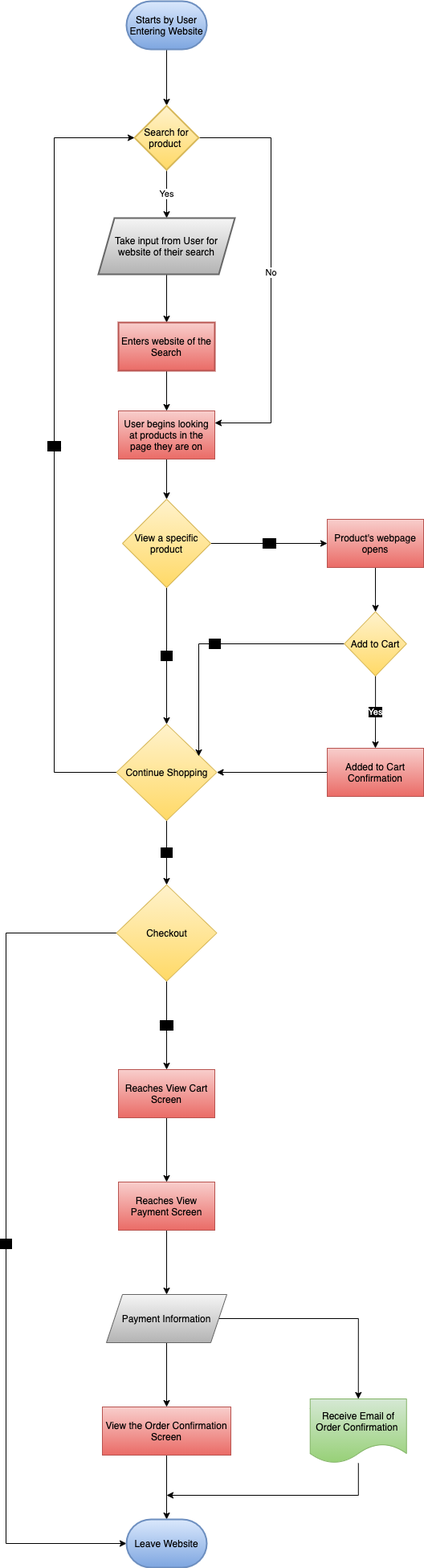
The draw.io diagram part2/part2.drawio.png in gaurav-dheeraj/sp21-cse110-lab4, before a commit. Source tidied: cells renumbered, new cells last; positions are measured from the earlier drawing's top-left corner, leaving out a move shared by most shapes.
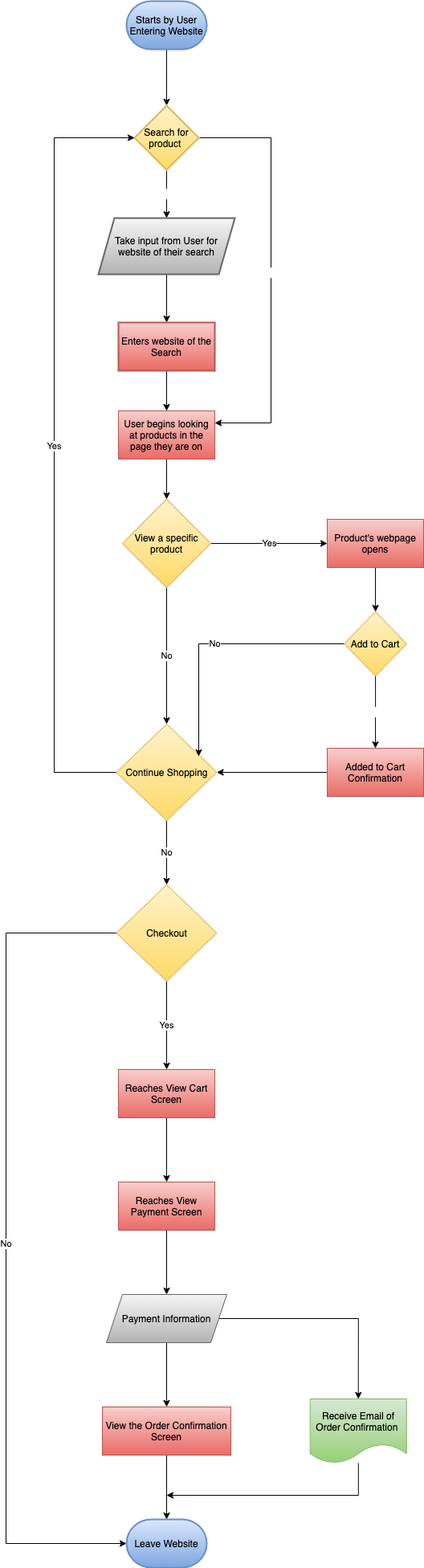
Above is the later version.

Diff of the diagram source:
```diff
@@ -8,7 +8,7 @@
     <mxCell id="3" value="&lt;font color=&quot;#000000&quot;&gt;Starts by User Entering Website&lt;/font&gt;" style="strokeWidth=2;html=1;shape=mxgraph.flowchart.terminator;whiteSpace=wrap;fillColor=#dae8fc;strokeColor=#6c8ebf;gradientColor=#7ea6e0;" parent="1" vertex="1">
       <mxGeometry x="150" width="100" height="60" as="geometry" />
     </mxCell>
-    <mxCell id="4" value="&lt;span style=&quot;background-color: rgb(255 , 255 , 255)&quot;&gt;&lt;font color=&quot;#000000&quot;&gt;No&lt;/font&gt;&lt;/span&gt;" style="edgeStyle=orthogonalEdgeStyle;rounded=0;jettySize=auto;html=1;entryX=1;entryY=0.25;entryDx=0;entryDy=0;" parent="1" edge="1" source="6" target="12">
+    <mxCell id="4" value="&lt;font color=&quot;#ffffff&quot;&gt;No&lt;/font&gt;" style="edgeStyle=orthogonalEdgeStyle;rounded=0;jettySize=auto;html=1;entryX=1;entryY=0.25;entryDx=0;entryDy=0;" parent="1" edge="1" source="6" target="12">
       <mxGeometry relative="1" as="geometry">
         <Array as="points">
           <mxPoint x="330" y="170" />
@@ -16,7 +16,7 @@
         </Array>
       </mxGeometry>
     </mxCell>
-    <mxCell id="5" value="&lt;font style=&quot;background-color: rgb(255 , 255 , 255)&quot; color=&quot;#000000&quot;&gt;Yes&lt;/font&gt;" style="edgeStyle=orthogonalEdgeStyle;rounded=0;jettySize=auto;html=1;" parent="1" edge="1" source="6" target="8">
+    <mxCell id="5" value="&lt;font color=&quot;#ffffff&quot;&gt;Yes&lt;/font&gt;" style="edgeStyle=orthogonalEdgeStyle;rounded=0;jettySize=auto;html=1;" parent="1" edge="1" source="6" target="8">
       <mxGeometry relative="1" as="geometry" />
     </mxCell>
     <mxCell id="6" value="&lt;font color=&quot;#000000&quot;&gt;Search for product&amp;nbsp;&lt;/font&gt;" style="rhombus;whiteSpace=wrap;html=1;strokeColor=#d6b656;strokeWidth=2;fillColor=#fff2cc;gradientColor=#ffd966;" parent="1" vertex="1">
@@ -42,10 +42,10 @@
     <mxCell id="12" value="&lt;font color=&quot;#000000&quot;&gt;User begins looking at products in the page they are on&lt;/font&gt;" style="rounded=0;whiteSpace=wrap;html=1;gradientColor=#ea6b66;fillColor=#f8cecc;strokeColor=#b85450;" parent="1" vertex="1">
       <mxGeometry x="140" y="510" width="120" height="60" as="geometry" />
     </mxCell>
-    <mxCell id="13" value="&lt;span style=&quot;background-color: rgb(0 , 0 , 0)&quot;&gt;No&lt;/span&gt;" style="edgeStyle=orthogonalEdgeStyle;rounded=0;jettySize=auto;html=1;" parent="1" edge="1" source="15" target="18">
+    <mxCell id="13" value="No" style="edgeStyle=orthogonalEdgeStyle;rounded=0;jettySize=auto;html=1;" parent="1" edge="1" source="15" target="18">
       <mxGeometry relative="1" as="geometry" />
     </mxCell>
-    <mxCell id="14" value="&lt;span style=&quot;background-color: rgb(0 , 0 , 0)&quot;&gt;Yes&lt;/span&gt;" style="edgeStyle=orthogonalEdgeStyle;rounded=0;jettySize=auto;html=1;" parent="1" edge="1" source="15">
+    <mxCell id="14" value="Yes" style="edgeStyle=orthogonalEdgeStyle;rounded=0;jettySize=auto;html=1;" parent="1" edge="1" source="15">
       <mxGeometry relative="1" as="geometry">
         <mxPoint x="400" y="675" as="targetPoint" />
         <Array as="points">
@@ -57,7 +57,7 @@
     <mxCell id="15" value="&lt;font color=&quot;#000000&quot;&gt;View a specific product&lt;/font&gt;" style="rhombus;whiteSpace=wrap;html=1;rounded=0;gradientColor=#ffd966;fillColor=#fff2cc;strokeColor=#d6b656;" parent="1" vertex="1">
       <mxGeometry x="145" y="620" width="110" height="110" as="geometry" />
     </mxCell>
-    <mxCell id="16" value="&lt;span style=&quot;background-color: rgb(0 , 0 , 0)&quot;&gt;Yes&lt;/span&gt;" style="edgeStyle=orthogonalEdgeStyle;rounded=0;jettySize=auto;html=1;entryX=0;entryY=0.5;entryDx=0;entryDy=0;" parent="1" edge="1" source="18" target="6">
+    <mxCell id="16" value="Yes" style="edgeStyle=orthogonalEdgeStyle;rounded=0;jettySize=auto;html=1;entryX=0;entryY=0.5;entryDx=0;entryDy=0;" parent="1" edge="1" source="18" target="6">
       <mxGeometry relative="1" as="geometry">
         <Array as="points">
           <mxPoint x="60" y="960" />
@@ -65,16 +65,16 @@
         </Array>
       </mxGeometry>
     </mxCell>
-    <mxCell id="17" value="&lt;span style=&quot;background-color: rgb(0 , 0 , 0)&quot;&gt;No&lt;/span&gt;" style="edgeStyle=orthogonalEdgeStyle;rounded=0;jettySize=auto;html=1;" parent="1" edge="1" source="18" target="28">
+    <mxCell id="17" value="No" style="edgeStyle=orthogonalEdgeStyle;rounded=0;jettySize=auto;html=1;" parent="1" edge="1" source="18" target="28">
       <mxGeometry relative="1" as="geometry" />
     </mxCell>
     <mxCell id="18" value="&lt;font color=&quot;#000000&quot;&gt;Continue Shopping&lt;/font&gt;" style="rhombus;whiteSpace=wrap;html=1;rounded=0;gradientColor=#ffd966;fillColor=#fff2cc;strokeColor=#d6b656;" parent="1" vertex="1">
       <mxGeometry x="137.5" y="900" width="125" height="120" as="geometry" />
     </mxCell>
-    <mxCell id="19" value="&lt;font color=&quot;#ffffff&quot; style=&quot;background-color: rgb(0 , 0 , 0)&quot;&gt;Yes&lt;/font&gt;" style="edgeStyle=orthogonalEdgeStyle;rounded=0;jettySize=auto;html=1;" parent="1" edge="1" source="21" target="25">
+    <mxCell id="19" value="&lt;font color=&quot;#ffffff&quot;&gt;Yes&lt;/font&gt;" style="edgeStyle=orthogonalEdgeStyle;rounded=0;jettySize=auto;html=1;" parent="1" edge="1" source="21" target="25">
       <mxGeometry relative="1" as="geometry" />
     </mxCell>
-    <mxCell id="20" value="&lt;span style=&quot;background-color: rgb(0 , 0 , 0)&quot;&gt;No&lt;/span&gt;" style="edgeStyle=orthogonalEdgeStyle;rounded=0;jettySize=auto;html=1;entryX=0.82;entryY=0.333;entryDx=0;entryDy=0;entryPerimeter=0;" parent="1" edge="1" source="21" target="18">
+    <mxCell id="20" value="No" style="edgeStyle=orthogonalEdgeStyle;rounded=0;jettySize=auto;html=1;entryX=0.82;entryY=0.333;entryDx=0;entryDy=0;entryPerimeter=0;" parent="1" edge="1" source="21" target="18">
       <mxGeometry relative="1" as="geometry" />
     </mxCell>
     <mxCell id="21" value="&lt;font color=&quot;#000000&quot;&gt;Add to Cart&lt;/font&gt;" style="rhombus;whiteSpace=wrap;html=1;rounded=0;gradientColor=#ffd966;fillColor=#fff2cc;strokeColor=#d6b656;" parent="1" vertex="1">
@@ -92,10 +92,10 @@
     <mxCell id="25" value="&lt;font color=&quot;#000000&quot;&gt;Added to Cart Confirmation&lt;/font&gt;" style="whiteSpace=wrap;html=1;rounded=0;gradientColor=#ea6b66;fillColor=#f8cecc;strokeColor=#b85450;" parent="1" vertex="1">
       <mxGeometry x="400" y="930" width="120" height="60" as="geometry" />
     </mxCell>
-    <mxCell id="26" value="&lt;span style=&quot;background-color: rgb(0 , 0 , 0)&quot;&gt;Yes&lt;/span&gt;" style="edgeStyle=orthogonalEdgeStyle;rounded=0;jettySize=auto;html=1;" parent="1" edge="1" source="28" target="30">
+    <mxCell id="26" value="Yes" style="edgeStyle=orthogonalEdgeStyle;rounded=0;jettySize=auto;html=1;" parent="1" edge="1" source="28" target="30">
       <mxGeometry relative="1" as="geometry" />
     </mxCell>
-    <mxCell id="27" value="&lt;span style=&quot;background-color: rgb(0 , 0 , 0)&quot;&gt;No&lt;/span&gt;" style="edgeStyle=orthogonalEdgeStyle;rounded=0;jettySize=auto;html=1;entryX=0;entryY=0.5;entryDx=0;entryDy=0;entryPerimeter=0;" parent="1" edge="1" source="28" target="40">
+    <mxCell id="27" value="No" style="edgeStyle=orthogonalEdgeStyle;rounded=0;jettySize=auto;html=1;entryX=0;entryY=0.5;entryDx=0;entryDy=0;entryPerimeter=0;" parent="1" edge="1" source="28" target="40">
       <mxGeometry relative="1" as="geometry">
         <Array as="points">
           <mxPoint y="1160" />
```
